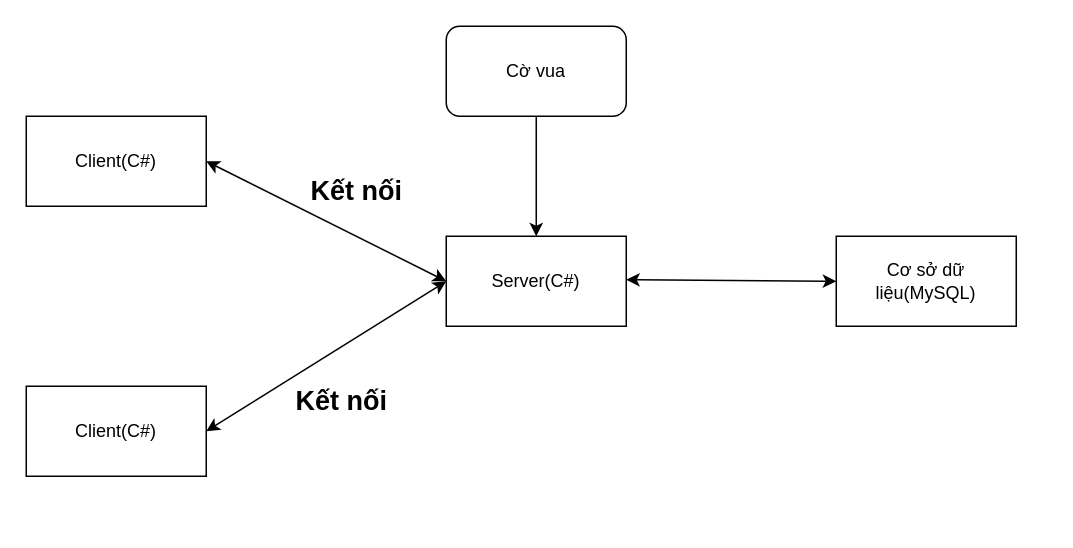
shiroizdabezt/Group09-ltmcb keeps this draw.io diagram as page "Page-1" (1 of 4) of Đồ án/Draw.io/Group 9 - Chess Game.drawio. Above is the earlier version. Source tidied: cells renumbered, new cells numbered last; positions are measured from the earlier drawing's top-left corner, leaving out a move shared by most shapes. Both pictures are drawn from the tidied source at 150%, with x=0, y=0 at pixel (26, 26).
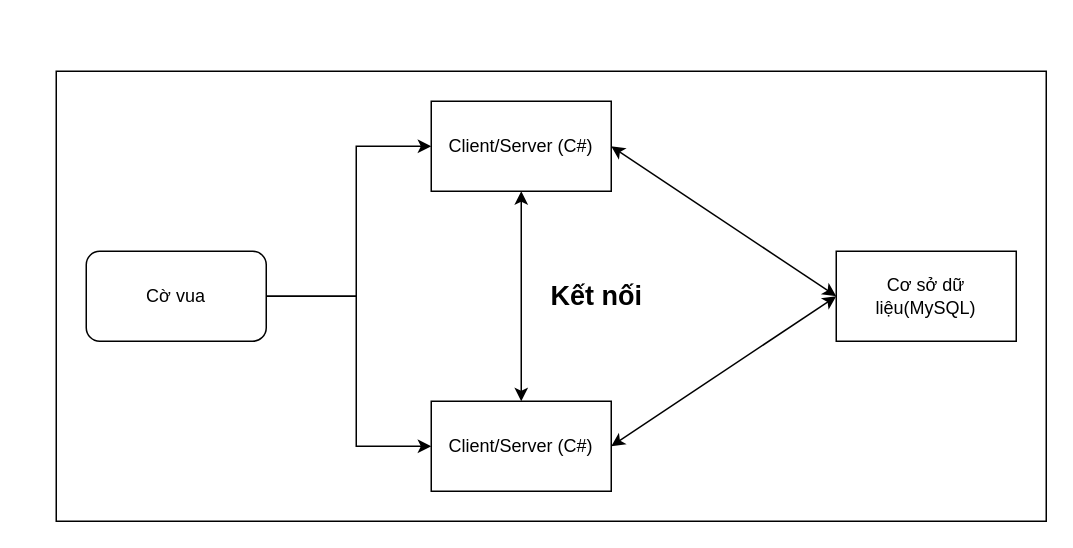
The same diagram, later.

Diff of the diagram source:
```diff
@@
 <mxGraphModel>
   <root>
     <mxCell id="0" />
     <mxCell id="1" parent="0" />
+    <mxCell id="13" style="rounded=0;whiteSpace=wrap;html=1;" parent="1" vertex="1">
+      <mxGeometry x="20" y="30" width="660" height="300" as="geometry" />
+    </mxCell>
-    <mxCell id="2" value="Client(C#)" style="rounded=0;whiteSpace=wrap;html=1;labelBackgroundColor=none;" parent="1" vertex="1">
-      <mxGeometry y="240" width="120" height="60" as="geometry" />
+    <mxCell id="2" value="Client/Server (C#)" style="rounded=0;whiteSpace=wrap;html=1;labelBackgroundColor=none;" parent="1" vertex="1">
+      <mxGeometry x="270" y="250" width="120" height="60" as="geometry" />
     </mxCell>
-    <mxCell id="3" value="Server(C#)" style="rounded=0;whiteSpace=wrap;html=1;" parent="1" vertex="1">
-      <mxGeometry x="280" y="140" width="120" height="60" as="geometry" />
-    </mxCell>
-    <mxCell id="4" style="endArrow=classic;startArrow=classic;html=1;rounded=0;entryX=0;entryY=0.5;entryDx=0;entryDy=0;exitX=1;exitY=0.5;exitDx=0;exitDy=0;" parent="1" edge="1" source="2" target="3">
+    <mxCell id="4" style="endArrow=classic;startArrow=classic;html=1;rounded=0;entryX=0.5;entryY=1;entryDx=0;entryDy=0;exitX=0.5;exitY=0;exitDx=0;exitDy=0;" parent="1" edge="1" source="2" target="8">
       <mxGeometry relative="1" as="geometry" />
     </mxCell>
     <mxCell id="5" value="Kết nối" style="text;strokeColor=none;fillColor=none;html=1;fontSize=18;fontStyle=1;verticalAlign=middle;align=center;" parent="1" vertex="1">
-      <mxGeometry x="160" y="230" width="100" height="40" as="geometry" />
+      <mxGeometry x="330" y="160" width="100" height="40" as="geometry" />
     </mxCell>
     <mxCell id="6" value="Cơ sở dữ liệu(MySQL)" style="rounded=0;whiteSpace=wrap;html=1;" parent="1" vertex="1">
-      <mxGeometry x="540" y="140" width="120" height="60" as="geometry" />
+      <mxGeometry x="540" y="150" width="120" height="60" as="geometry" />
     </mxCell>
-    <mxCell id="7" style="endArrow=classic;startArrow=classic;html=1;rounded=0;entryX=0;entryY=0.5;entryDx=0;entryDy=0;exitX=1;exitY=0.5;exitDx=0;exitDy=0;" parent="1" edge="1" target="6">
-      <mxGeometry relative="1" as="geometry">
-        <mxPoint x="400" y="169" as="sourcePoint" />
-      </mxGeometry>
+    <mxCell id="7" style="endArrow=classic;startArrow=classic;html=1;rounded=0;entryX=0;entryY=0.5;entryDx=0;entryDy=0;exitX=1;exitY=0.5;exitDx=0;exitDy=0;" parent="1" edge="1" source="8" target="6">
+      <mxGeometry relative="1" as="geometry" />
     </mxCell>
-    <mxCell id="8" value="Client(C#)" style="rounded=0;whiteSpace=wrap;html=1;labelBackgroundColor=none;" parent="1" vertex="1">
-      <mxGeometry y="60" width="120" height="60" as="geometry" />
+    <mxCell id="8" value="Client/Server (C#)" style="rounded=0;whiteSpace=wrap;html=1;labelBackgroundColor=none;" parent="1" vertex="1">
+      <mxGeometry x="270" y="50" width="120" height="60" as="geometry" />
     </mxCell>
-    <mxCell id="9" style="endArrow=classic;startArrow=classic;html=1;rounded=0;exitX=1;exitY=0.5;exitDx=0;exitDy=0;" parent="1" edge="1">
-      <mxGeometry relative="1" as="geometry">
-        <mxPoint x="120" y="90" as="sourcePoint" />
-        <mxPoint x="280" y="170" as="targetPoint" />
-      </mxGeometry>
-    </mxCell>
-    <mxCell id="10" value="Kết nối" style="text;strokeColor=none;fillColor=none;html=1;fontSize=18;fontStyle=1;verticalAlign=middle;align=center;" parent="1" vertex="1">
-      <mxGeometry x="170" y="90" width="100" height="40" as="geometry" />
-    </mxCell>
-    <mxCell id="11" style="edgeStyle=orthogonalEdgeStyle;rounded=0;jettySize=auto;html=1;" parent="1" edge="1" source="12" target="3">
-      <mxGeometry relative="1" as="geometry" />
+    <mxCell id="11" style="edgeStyle=orthogonalEdgeStyle;rounded=0;jettySize=auto;html=1;entryX=0;entryY=0.5;entryDx=0;entryDy=0;" parent="1" edge="1" source="12" target="8">
+      <mxGeometry relative="1" as="geometry">
+        <Array as="points">
+          <mxPoint x="220" y="180" />
+          <mxPoint x="220" y="80" />
+        </Array>
+      </mxGeometry>
     </mxCell>
+    <mxCell id="14" style="edgeStyle=orthogonalEdgeStyle;rounded=0;jettySize=auto;html=1;entryX=0;entryY=0.5;entryDx=0;entryDy=0;" parent="1" edge="1" source="12" target="2">
+      <mxGeometry relative="1" as="geometry">
+        <Array as="points">
+          <mxPoint x="220" y="180" />
+          <mxPoint x="220" y="280" />
+        </Array>
+      </mxGeometry>
+    </mxCell>
     <mxCell id="12" value="Cờ vua" style="rounded=1;whiteSpace=wrap;html=1;" parent="1" vertex="1">
-      <mxGeometry x="280" width="120" height="60" as="geometry" />
+      <mxGeometry x="40" y="150" width="120" height="60" as="geometry" />
     </mxCell>
+    <mxCell id="15" style="endArrow=classic;startArrow=classic;html=1;rounded=0;exitX=1;exitY=0.5;exitDx=0;exitDy=0;entryX=0;entryY=0.5;entryDx=0;entryDy=0;" parent="1" edge="1" source="2" target="6">
+      <mxGeometry relative="1" as="geometry" />
+    </mxCell>
   </root>
 </mxGraphModel>
```
